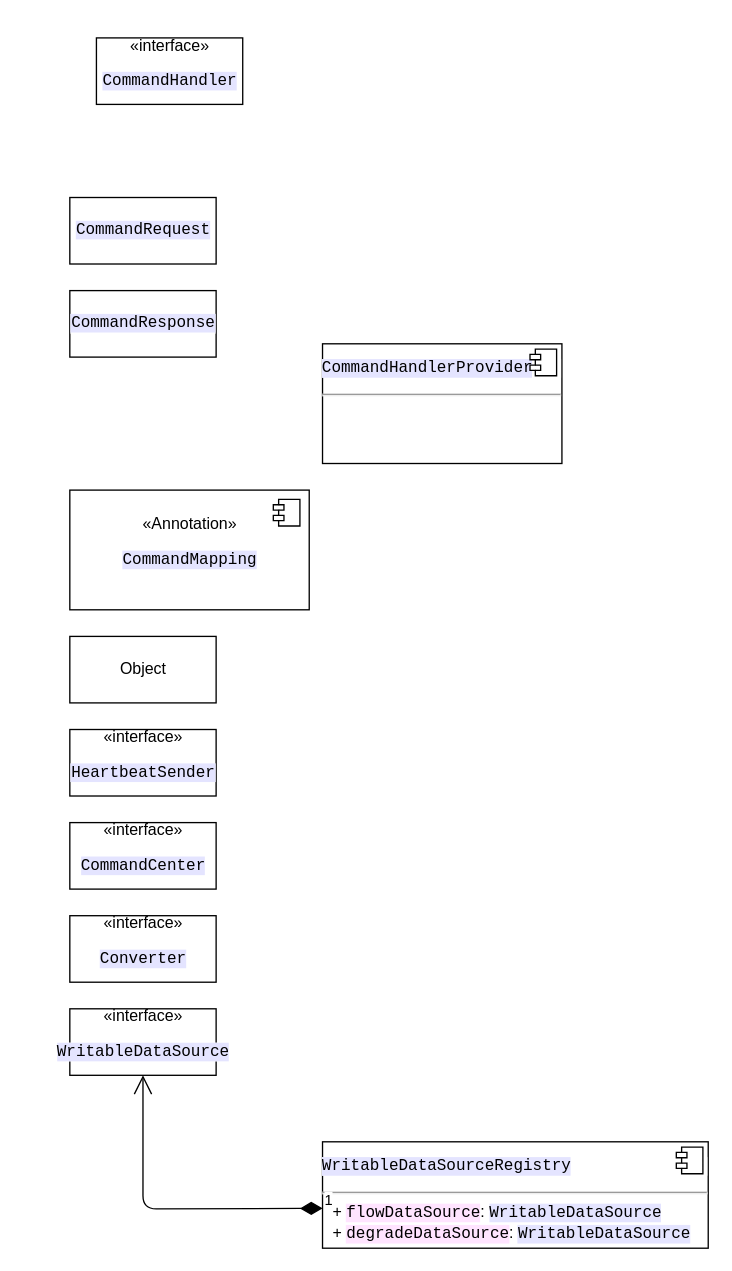
Before: sentinel-transport.drawio in hellojd2018/ms_document, a draw.io diagram. Source tidied: cells renumbered, new cells numbered last; positions are measured from the earlier drawing's top-left corner, leaving out a move shared by most shapes. Both pictures are drawn from the tidied source at 133%, with x=0, y=0 at pixel (69, 37).
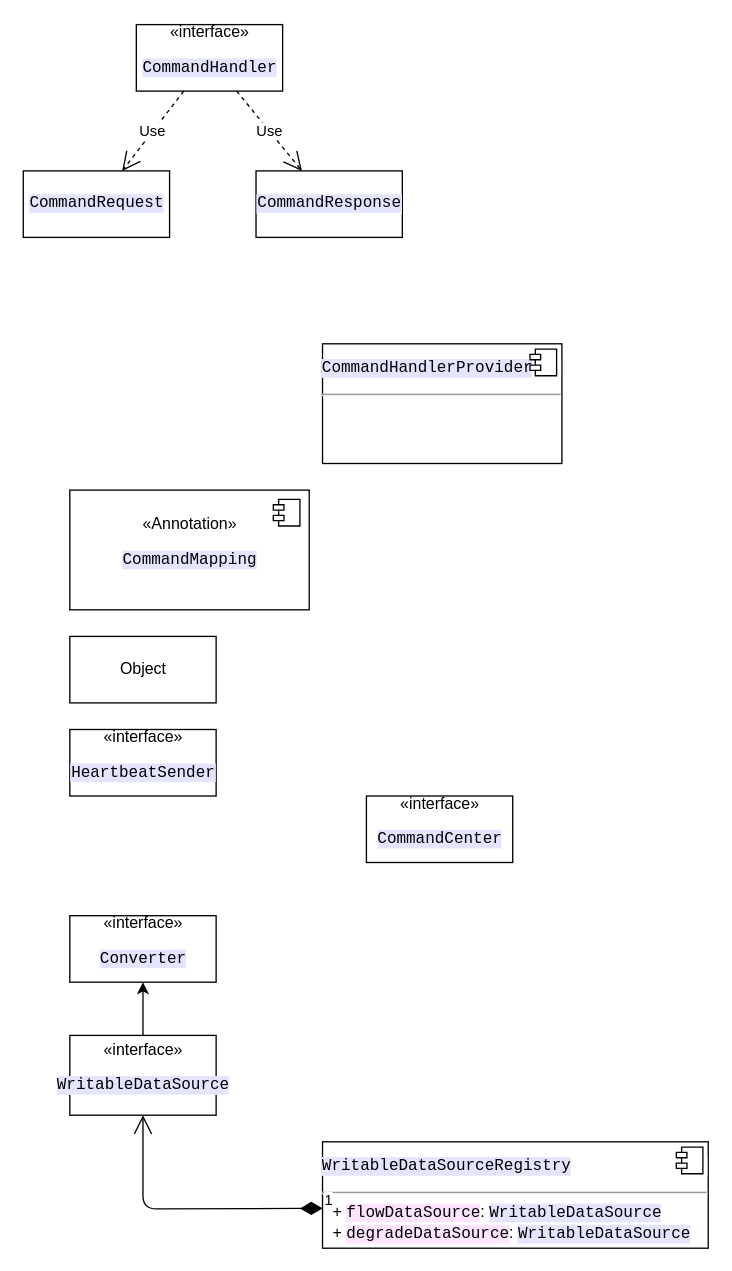
The same diagram, later.

Unchanged cells that the change refers to:
```xml
<mxCell id="12" value="«interface»&lt;br&gt;&lt;pre style=&quot;background-color: rgb(255 , 255 , 255) ; font-family: &amp;#34;consolas&amp;#34; ; font-size: 9pt&quot;&gt;&lt;span style=&quot;background-color: #e4e4ff&quot;&gt;Converter&lt;/span&gt;&lt;/pre&gt;" style="html=1;" parent="1" vertex="1">
  <mxGeometry y="660" width="110" height="50" as="geometry" />
</mxCell>
```

What changed in the source:
```diff
@@
     <mxCell id="2" value="&lt;pre style=&quot;background-color: rgb(255 , 255 , 255) ; font-family: &amp;#34;consolas&amp;#34; ; font-size: 9pt&quot;&gt;&lt;span style=&quot;background-color: #e4e4ff&quot;&gt;CommandRequest&lt;/span&gt;&lt;/pre&gt;" style="html=1;" parent="1" vertex="1">
-      <mxGeometry y="120" width="110" height="50" as="geometry" />
+      <mxGeometry x="-35" y="100" width="110" height="50" as="geometry" />
     </mxCell>
     <mxCell id="3" value="«interface»&lt;br&gt;&lt;pre style=&quot;background-color: rgb(255 , 255 , 255) ; font-family: &amp;#34;consolas&amp;#34; ; font-size: 9pt&quot;&gt;&lt;span style=&quot;background-color: #e4e4ff&quot;&gt;CommandHandler&lt;/span&gt;&lt;/pre&gt;" style="html=1;" parent="1" vertex="1">
-      <mxGeometry x="20" width="110" height="50" as="geometry" />
+      <mxGeometry x="50" y="-10" width="110" height="50" as="geometry" />
     </mxCell>
     <mxCell id="4" value="&lt;pre style=&quot;background-color: rgb(255 , 255 , 255) ; font-family: &amp;#34;consolas&amp;#34; ; font-size: 9pt&quot;&gt;&lt;span style=&quot;background-color: #e4e4ff&quot;&gt;CommandResponse&lt;/span&gt;&lt;/pre&gt;" style="html=1;" parent="1" vertex="1">
-      <mxGeometry y="190" width="110" height="50" as="geometry" />
+      <mxGeometry x="140" y="100" width="110" height="50" as="geometry" />
     </mxCell>
@@
     <mxCell id="11" value="«interface»&lt;br&gt;&lt;pre style=&quot;background-color: rgb(255 , 255 , 255) ; font-family: &amp;#34;consolas&amp;#34; ; font-size: 9pt&quot;&gt;&lt;span style=&quot;background-color: #e4e4ff&quot;&gt;CommandCenter&lt;/span&gt;&lt;/pre&gt;" style="html=1;" parent="1" vertex="1">
-      <mxGeometry y="590" width="110" height="50" as="geometry" />
+      <mxGeometry x="223" y="570" width="110" height="50" as="geometry" />
     </mxCell>
@@
+    <mxCell id="17" style="edgeStyle=orthogonalEdgeStyle;rounded=0;jettySize=auto;html=1;exitX=0.5;exitY=0;exitDx=0;exitDy=0;" parent="1" edge="1" source="13" target="12">
+      <mxGeometry relative="1" as="geometry" />
+    </mxCell>
     <mxCell id="13" value="«interface»&lt;br&gt;&lt;pre style=&quot;background-color: rgb(255 , 255 , 255) ; font-family: &amp;#34;consolas&amp;#34; ; font-size: 9pt&quot;&gt;&lt;span style=&quot;background-color: #e4e4ff&quot;&gt;WritableDataSource&lt;/span&gt;&lt;/pre&gt;" style="html=1;" parent="1" vertex="1">
-      <mxGeometry y="730" width="110" height="50" as="geometry" />
+      <mxGeometry y="750" width="110" height="60" as="geometry" />
     </mxCell>
@@
+    <mxCell id="18" value="Use" style="endArrow=open;endSize=12;dashed=1;html=1;" parent="1" edge="1" source="3" target="2">
+      <mxGeometry relative="1" as="geometry" />
+    </mxCell>
+    <mxCell id="19" value="Use" style="endArrow=open;endSize=12;dashed=1;html=1;" parent="1" edge="1" source="3" target="4">
+      <mxGeometry relative="1" as="geometry" />
+    </mxCell>
```
